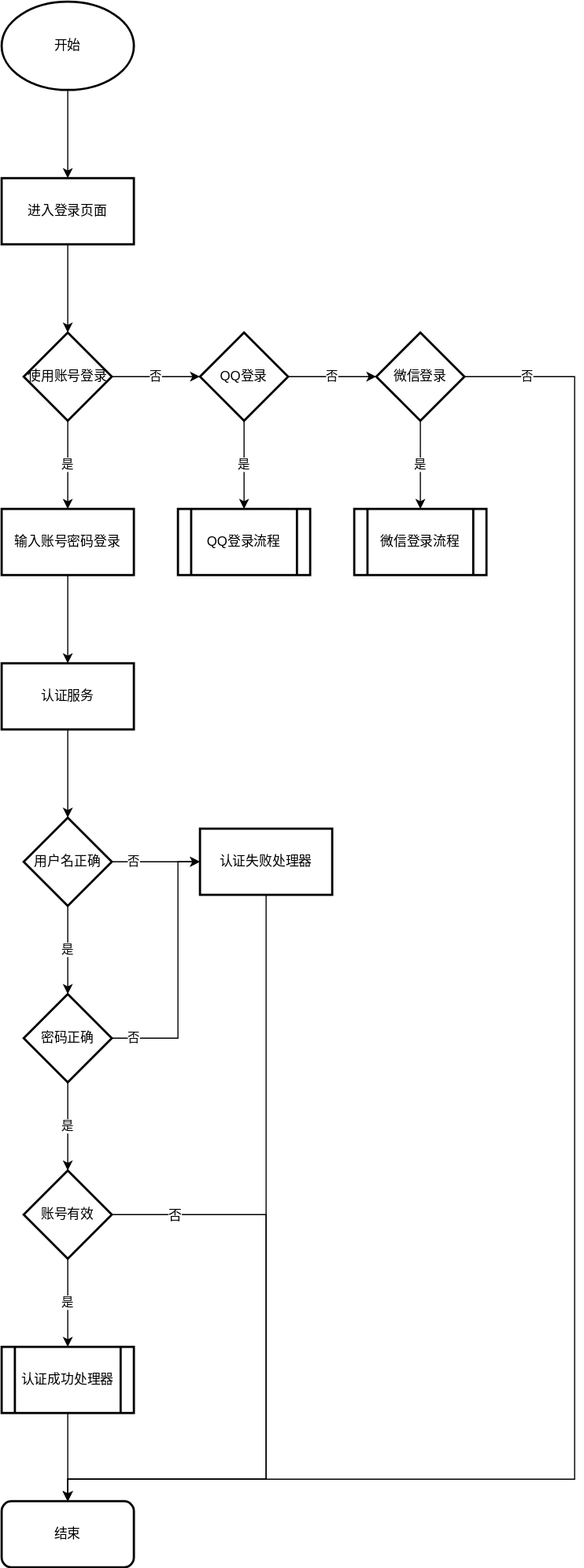
The draw.io diagram goudong-oauth2-server/README.assets/用户认证流程.svg in GitHubFeiLong/goudong-java, before a commit. Source tidied: cells renumbered, new cells last; positions are measured from the earlier drawing's top-left corner, leaving out a move shared by most shapes.
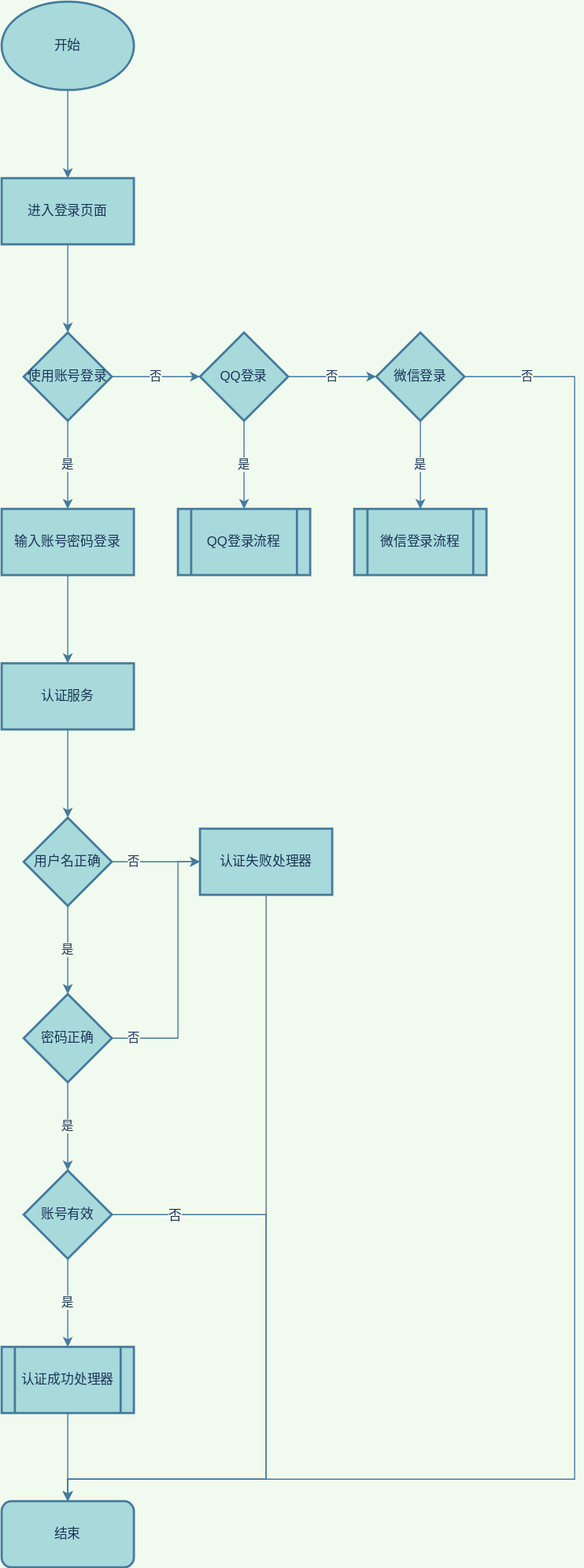
The same file after the commit.

Diff of the diagram source:
```diff
@@ -1,41 +1,41 @@
-<mxGraphModel>
+<mxGraphModel background="#F1FAEE">
   <root>
     <mxCell id="0" />
     <mxCell id="1" parent="0" />
-    <mxCell id="2" style="edgeStyle=orthogonalEdgeStyle;rounded=0;jettySize=auto;html=1;" parent="1" edge="1" source="3" target="5">
+    <mxCell id="2" style="edgeStyle=orthogonalEdgeStyle;rounded=0;jettySize=auto;html=1;labelBackgroundColor=#F1FAEE;strokeColor=#457B9D;fontColor=#1D3557;" parent="1" edge="1" source="3" target="5">
       <mxGeometry relative="1" as="geometry" />
     </mxCell>
-    <mxCell id="3" value="开始" style="ellipse;whiteSpace=wrap;html=1;strokeWidth=2;" parent="1" vertex="1">
+    <mxCell id="3" value="开始" style="ellipse;whiteSpace=wrap;html=1;strokeWidth=2;fillColor=#A8DADC;strokeColor=#457B9D;fontColor=#1D3557;" parent="1" vertex="1">
       <mxGeometry width="120" height="80" as="geometry" />
     </mxCell>
-    <mxCell id="4" style="edgeStyle=orthogonalEdgeStyle;rounded=0;jettySize=auto;html=1;" parent="1" edge="1" source="5" target="8">
+    <mxCell id="4" style="edgeStyle=orthogonalEdgeStyle;rounded=0;jettySize=auto;html=1;labelBackgroundColor=#F1FAEE;strokeColor=#457B9D;fontColor=#1D3557;" parent="1" edge="1" source="5" target="8">
       <mxGeometry relative="1" as="geometry" />
     </mxCell>
-    <mxCell id="5" value="进入登录页面" style="rounded=0;whiteSpace=wrap;html=1;strokeWidth=2;" parent="1" vertex="1">
+    <mxCell id="5" value="进入登录页面" style="rounded=0;whiteSpace=wrap;html=1;strokeWidth=2;fillColor=#A8DADC;strokeColor=#457B9D;fontColor=#1D3557;" parent="1" vertex="1">
       <mxGeometry y="160" width="120" height="60" as="geometry" />
     </mxCell>
-    <mxCell id="6" value="是" style="edgeStyle=orthogonalEdgeStyle;rounded=0;jettySize=auto;html=1;entryX=0.5;entryY=0;entryDx=0;entryDy=0;entryPerimeter=0;" parent="1" edge="1" source="8" target="16">
+    <mxCell id="6" value="是" style="edgeStyle=orthogonalEdgeStyle;rounded=0;jettySize=auto;html=1;entryX=0.5;entryY=0;entryDx=0;entryDy=0;entryPerimeter=0;labelBackgroundColor=#F1FAEE;strokeColor=#457B9D;fontColor=#1D3557;" parent="1" edge="1" source="8" target="16">
       <mxGeometry relative="1" as="geometry" />
     </mxCell>
-    <mxCell id="7" value="否" style="edgeStyle=orthogonalEdgeStyle;rounded=0;jettySize=auto;html=1;" parent="1" edge="1" source="8" target="11">
+    <mxCell id="7" value="否" style="edgeStyle=orthogonalEdgeStyle;rounded=0;jettySize=auto;html=1;labelBackgroundColor=#F1FAEE;strokeColor=#457B9D;fontColor=#1D3557;" parent="1" edge="1" source="8" target="11">
       <mxGeometry relative="1" as="geometry" />
     </mxCell>
-    <mxCell id="8" value="使用账号登录" style="rhombus;whiteSpace=wrap;html=1;strokeWidth=2;" parent="1" vertex="1">
+    <mxCell id="8" value="使用账号登录" style="rhombus;whiteSpace=wrap;html=1;strokeWidth=2;fillColor=#A8DADC;strokeColor=#457B9D;fontColor=#1D3557;" parent="1" vertex="1">
       <mxGeometry x="20" y="300" width="80" height="80" as="geometry" />
     </mxCell>
-    <mxCell id="9" value="否" style="edgeStyle=orthogonalEdgeStyle;rounded=0;jettySize=auto;html=1;" parent="1" edge="1" source="11" target="14">
+    <mxCell id="9" value="否" style="edgeStyle=orthogonalEdgeStyle;rounded=0;jettySize=auto;html=1;labelBackgroundColor=#F1FAEE;strokeColor=#457B9D;fontColor=#1D3557;" parent="1" edge="1" source="11" target="14">
       <mxGeometry relative="1" as="geometry" />
     </mxCell>
-    <mxCell id="10" value="是" style="edgeStyle=orthogonalEdgeStyle;rounded=0;jettySize=auto;html=1;entryX=0.5;entryY=0;entryDx=0;entryDy=0;" parent="1" edge="1" source="11" target="17">
+    <mxCell id="10" value="是" style="edgeStyle=orthogonalEdgeStyle;rounded=0;jettySize=auto;html=1;entryX=0.5;entryY=0;entryDx=0;entryDy=0;labelBackgroundColor=#F1FAEE;strokeColor=#457B9D;fontColor=#1D3557;" parent="1" edge="1" source="11" target="17">
       <mxGeometry relative="1" as="geometry" />
     </mxCell>
-    <mxCell id="11" value="QQ登录" style="rhombus;whiteSpace=wrap;html=1;strokeWidth=2;" parent="1" vertex="1">
+    <mxCell id="11" value="QQ登录" style="rhombus;whiteSpace=wrap;html=1;strokeWidth=2;fillColor=#A8DADC;strokeColor=#457B9D;fontColor=#1D3557;" parent="1" vertex="1">
       <mxGeometry x="180" y="300" width="80" height="80" as="geometry" />
     </mxCell>
-    <mxCell id="12" value="是" style="edgeStyle=orthogonalEdgeStyle;rounded=0;jettySize=auto;html=1;" parent="1" edge="1" source="14" target="18">
+    <mxCell id="12" value="是" style="edgeStyle=orthogonalEdgeStyle;rounded=0;jettySize=auto;html=1;labelBackgroundColor=#F1FAEE;strokeColor=#457B9D;fontColor=#1D3557;" parent="1" edge="1" source="14" target="18">
       <mxGeometry relative="1" as="geometry" />
     </mxCell>
-    <mxCell id="13" value="否" style="edgeStyle=orthogonalEdgeStyle;rounded=0;jettySize=auto;html=1;entryX=0.5;entryY=0;entryDx=0;entryDy=0;" parent="1" edge="1" source="14" target="35">
+    <mxCell id="13" value="否" style="edgeStyle=orthogonalEdgeStyle;rounded=0;jettySize=auto;html=1;entryX=0.5;entryY=0;entryDx=0;entryDy=0;labelBackgroundColor=#F1FAEE;strokeColor=#457B9D;fontColor=#1D3557;" parent="1" edge="1" source="14" target="35">
       <mxGeometry x="-0.93" relative="1" as="geometry">
         <Array as="points">
           <mxPoint x="520" y="340" />
@@ -45,37 +45,37 @@
         <mxPoint x="1" as="offset" />
       </mxGeometry>
     </mxCell>
-    <mxCell id="14" value="微信登录" style="rhombus;whiteSpace=wrap;html=1;strokeWidth=2;" parent="1" vertex="1">
+    <mxCell id="14" value="微信登录" style="rhombus;whiteSpace=wrap;html=1;strokeWidth=2;fillColor=#A8DADC;strokeColor=#457B9D;fontColor=#1D3557;" parent="1" vertex="1">
       <mxGeometry x="340" y="300" width="80" height="80" as="geometry" />
     </mxCell>
-    <mxCell id="15" style="edgeStyle=orthogonalEdgeStyle;rounded=0;jettySize=auto;html=1;" parent="1" edge="1" source="16" target="20">
+    <mxCell id="15" style="edgeStyle=orthogonalEdgeStyle;rounded=0;jettySize=auto;html=1;labelBackgroundColor=#F1FAEE;strokeColor=#457B9D;fontColor=#1D3557;" parent="1" edge="1" source="16" target="20">
       <mxGeometry relative="1" as="geometry" />
     </mxCell>
-    <mxCell id="16" value="输入账号密码登录" style="rounded=0;whiteSpace=wrap;html=1;strokeWidth=2;" parent="1" vertex="1">
+    <mxCell id="16" value="输入账号密码登录" style="rounded=0;whiteSpace=wrap;html=1;strokeWidth=2;fillColor=#A8DADC;strokeColor=#457B9D;fontColor=#1D3557;" parent="1" vertex="1">
       <mxGeometry y="460" width="120" height="60" as="geometry" />
     </mxCell>
-    <mxCell id="17" value="QQ登录流程" style="shape=process;whiteSpace=wrap;html=1;backgroundOutline=1;strokeWidth=2;" parent="1" vertex="1">
+    <mxCell id="17" value="QQ登录流程" style="shape=process;whiteSpace=wrap;html=1;backgroundOutline=1;strokeWidth=2;fillColor=#A8DADC;strokeColor=#457B9D;fontColor=#1D3557;" parent="1" vertex="1">
       <mxGeometry x="160" y="460" width="120" height="60" as="geometry" />
     </mxCell>
-    <mxCell id="18" value="微信登录流程" style="shape=process;whiteSpace=wrap;html=1;backgroundOutline=1;strokeWidth=2;" parent="1" vertex="1">
+    <mxCell id="18" value="微信登录流程" style="shape=process;whiteSpace=wrap;html=1;backgroundOutline=1;strokeWidth=2;fillColor=#A8DADC;strokeColor=#457B9D;fontColor=#1D3557;" parent="1" vertex="1">
       <mxGeometry x="320" y="460" width="120" height="60" as="geometry" />
     </mxCell>
-    <mxCell id="19" style="edgeStyle=orthogonalEdgeStyle;rounded=0;jettySize=auto;html=1;entryX=0.5;entryY=0;entryDx=0;entryDy=0;" parent="1" edge="1" source="20" target="23">
+    <mxCell id="19" style="edgeStyle=orthogonalEdgeStyle;rounded=0;jettySize=auto;html=1;entryX=0.5;entryY=0;entryDx=0;entryDy=0;labelBackgroundColor=#F1FAEE;strokeColor=#457B9D;fontColor=#1D3557;" parent="1" edge="1" source="20" target="23">
       <mxGeometry relative="1" as="geometry" />
     </mxCell>
-    <mxCell id="20" value="认证服务" style="rounded=0;whiteSpace=wrap;html=1;strokeWidth=2;" parent="1" vertex="1">
+    <mxCell id="20" value="认证服务" style="rounded=0;whiteSpace=wrap;html=1;strokeWidth=2;fillColor=#A8DADC;strokeColor=#457B9D;fontColor=#1D3557;" parent="1" vertex="1">
       <mxGeometry y="600" width="120" height="60" as="geometry" />
     </mxCell>
-    <mxCell id="21" value="否" style="edgeStyle=orthogonalEdgeStyle;rounded=0;jettySize=auto;html=1;entryX=0;entryY=0.5;entryDx=0;entryDy=0;" parent="1" edge="1" source="23" target="32">
+    <mxCell id="21" value="否" style="edgeStyle=orthogonalEdgeStyle;rounded=0;jettySize=auto;html=1;entryX=0;entryY=0.5;entryDx=0;entryDy=0;labelBackgroundColor=#F1FAEE;strokeColor=#457B9D;fontColor=#1D3557;" parent="1" edge="1" source="23" target="32">
       <mxGeometry x="-0.5" relative="1" as="geometry" />
     </mxCell>
-    <mxCell id="22" value="是" style="edgeStyle=orthogonalEdgeStyle;rounded=0;jettySize=auto;html=1;" parent="1" edge="1" source="23" target="26">
+    <mxCell id="22" value="是" style="edgeStyle=orthogonalEdgeStyle;rounded=0;jettySize=auto;html=1;labelBackgroundColor=#F1FAEE;strokeColor=#457B9D;fontColor=#1D3557;" parent="1" edge="1" source="23" target="26">
       <mxGeometry relative="1" as="geometry" />
     </mxCell>
-    <mxCell id="23" value="用户名正确" style="rhombus;whiteSpace=wrap;html=1;strokeWidth=2;" parent="1" vertex="1">
+    <mxCell id="23" value="用户名正确" style="rhombus;whiteSpace=wrap;html=1;strokeWidth=2;fillColor=#A8DADC;strokeColor=#457B9D;fontColor=#1D3557;" parent="1" vertex="1">
       <mxGeometry x="20" y="740" width="80" height="80" as="geometry" />
     </mxCell>
-    <mxCell id="24" value="否" style="edgeStyle=orthogonalEdgeStyle;rounded=0;jettySize=auto;html=1;entryX=0;entryY=0.5;entryDx=0;entryDy=0;" parent="1" edge="1" source="26" target="32">
+    <mxCell id="24" value="否" style="edgeStyle=orthogonalEdgeStyle;rounded=0;jettySize=auto;html=1;entryX=0;entryY=0.5;entryDx=0;entryDy=0;labelBackgroundColor=#F1FAEE;strokeColor=#457B9D;fontColor=#1D3557;" parent="1" edge="1" source="26" target="32">
       <mxGeometry x="-0.83" relative="1" as="geometry">
         <Array as="points">
           <mxPoint x="160" y="940" />
@@ -83,16 +83,16 @@
         </Array>
       </mxGeometry>
     </mxCell>
-    <mxCell id="25" value="是" style="edgeStyle=orthogonalEdgeStyle;rounded=0;jettySize=auto;html=1;" parent="1" edge="1" source="26" target="30">
+    <mxCell id="25" value="是" style="edgeStyle=orthogonalEdgeStyle;rounded=0;jettySize=auto;html=1;labelBackgroundColor=#F1FAEE;strokeColor=#457B9D;fontColor=#1D3557;" parent="1" edge="1" source="26" target="30">
       <mxGeometry relative="1" as="geometry" />
     </mxCell>
-    <mxCell id="26" value="密码正确" style="rhombus;whiteSpace=wrap;html=1;strokeWidth=2;" parent="1" vertex="1">
+    <mxCell id="26" value="密码正确" style="rhombus;whiteSpace=wrap;html=1;strokeWidth=2;fillColor=#A8DADC;strokeColor=#457B9D;fontColor=#1D3557;" parent="1" vertex="1">
       <mxGeometry x="20" y="900" width="80" height="80" as="geometry" />
     </mxCell>
-    <mxCell id="27" value="是" style="edgeStyle=orthogonalEdgeStyle;rounded=0;jettySize=auto;html=1;" parent="1" edge="1" source="30" target="34">
+    <mxCell id="27" value="是" style="edgeStyle=orthogonalEdgeStyle;rounded=0;jettySize=auto;html=1;labelBackgroundColor=#F1FAEE;strokeColor=#457B9D;fontColor=#1D3557;" parent="1" edge="1" source="30" target="34">
       <mxGeometry relative="1" as="geometry" />
     </mxCell>
-    <mxCell id="28" style="edgeStyle=orthogonalEdgeStyle;rounded=0;jettySize=auto;html=1;entryX=0.5;entryY=0;entryDx=0;entryDy=0;" parent="1" edge="1" source="30" target="35">
+    <mxCell id="28" style="edgeStyle=orthogonalEdgeStyle;rounded=0;jettySize=auto;html=1;entryX=0.5;entryY=0;entryDx=0;entryDy=0;labelBackgroundColor=#F1FAEE;strokeColor=#457B9D;fontColor=#1D3557;" parent="1" edge="1" source="30" target="35">
       <mxGeometry relative="1" as="geometry">
         <Array as="points">
           <mxPoint x="240" y="1100" />
@@ -101,13 +101,13 @@
         </Array>
       </mxGeometry>
     </mxCell>
-    <mxCell id="29" value="否" style="text;html=1;align=center;verticalAlign=middle;labelBackgroundColor=#ffffff;" parent="28" vertex="1">
+    <mxCell id="29" value="否" style="text;html=1;align=center;verticalAlign=middle;labelBackgroundColor=#F1FAEE;fontColor=#1D3557;" parent="28" vertex="1">
       <mxGeometry x="-0.81" relative="1" as="geometry" />
     </mxCell>
-    <mxCell id="30" value="账号有效" style="rhombus;whiteSpace=wrap;html=1;strokeWidth=2;" parent="1" vertex="1">
+    <mxCell id="30" value="账号有效" style="rhombus;whiteSpace=wrap;html=1;strokeWidth=2;fillColor=#A8DADC;strokeColor=#457B9D;fontColor=#1D3557;" parent="1" vertex="1">
       <mxGeometry x="20" y="1060" width="80" height="80" as="geometry" />
     </mxCell>
-    <mxCell id="31" style="edgeStyle=orthogonalEdgeStyle;rounded=0;jettySize=auto;html=1;entryX=0.5;entryY=0;entryDx=0;entryDy=0;" parent="1" edge="1" source="32" target="35">
+    <mxCell id="31" style="edgeStyle=orthogonalEdgeStyle;rounded=0;jettySize=auto;html=1;entryX=0.5;entryY=0;entryDx=0;entryDy=0;labelBackgroundColor=#F1FAEE;strokeColor=#457B9D;fontColor=#1D3557;" parent="1" edge="1" source="32" target="35">
       <mxGeometry relative="1" as="geometry">
         <Array as="points">
           <mxPoint x="240" y="1340" />
@@ -115,16 +115,16 @@
         </Array>
       </mxGeometry>
     </mxCell>
-    <mxCell id="32" value="认证失败处理器" style="rounded=0;whiteSpace=wrap;html=1;strokeWidth=2;" parent="1" vertex="1">
+    <mxCell id="32" value="认证失败处理器" style="rounded=0;whiteSpace=wrap;html=1;strokeWidth=2;fillColor=#A8DADC;strokeColor=#457B9D;fontColor=#1D3557;" parent="1" vertex="1">
       <mxGeometry x="180" y="750" width="120" height="60" as="geometry" />
     </mxCell>
-    <mxCell id="33" style="edgeStyle=orthogonalEdgeStyle;rounded=0;jettySize=auto;html=1;" parent="1" edge="1" source="34" target="35">
+    <mxCell id="33" style="edgeStyle=orthogonalEdgeStyle;rounded=0;jettySize=auto;html=1;labelBackgroundColor=#F1FAEE;strokeColor=#457B9D;fontColor=#1D3557;" parent="1" edge="1" source="34" target="35">
       <mxGeometry relative="1" as="geometry" />
     </mxCell>
-    <mxCell id="34" value="认证成功处理器" style="shape=process;whiteSpace=wrap;html=1;backgroundOutline=1;strokeWidth=2;" parent="1" vertex="1">
+    <mxCell id="34" value="认证成功处理器" style="shape=process;whiteSpace=wrap;html=1;backgroundOutline=1;strokeWidth=2;fillColor=#A8DADC;strokeColor=#457B9D;fontColor=#1D3557;" parent="1" vertex="1">
       <mxGeometry y="1220" width="120" height="60" as="geometry" />
     </mxCell>
-    <mxCell id="35" value="结束" style="rounded=1;whiteSpace=wrap;html=1;strokeWidth=2;" parent="1" vertex="1">
+    <mxCell id="35" value="结束" style="rounded=1;whiteSpace=wrap;html=1;strokeWidth=2;fillColor=#A8DADC;strokeColor=#457B9D;fontColor=#1D3557;" parent="1" vertex="1">
       <mxGeometry y="1360" width="120" height="60" as="geometry" />
     </mxCell>
   </root>
```
